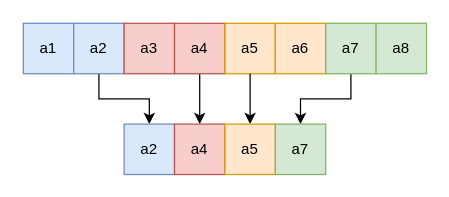
Above: page "grounding" (5 of 7) of docs/finite-state-controller.drawio in jlandsmann/dec-pomdp-solver (draw.io), before the change. Source tidied: cells renumbered, new cells numbered last; positions are measured from the earlier drawing's top-left corner, leaving out a move shared by most shapes. Both pictures are drawn from the tidied source at 126%, with x=0, y=0 at pixel (23, 23).
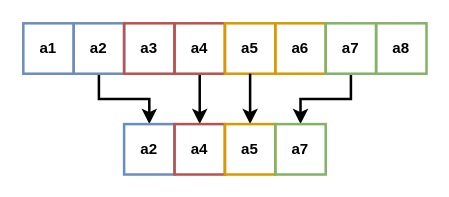
After the change.

Change to the diagram source:
```diff
@@
 <mxGraphModel>
   <root>
     <mxCell id="0" />
     <mxCell id="1" parent="0" />
-    <mxCell id="2" value="a1" style="rounded=0;whiteSpace=wrap;html=1;fillColor=#dae8fc;strokeColor=#6c8ebf;" parent="1" vertex="1">
+    <mxCell id="2" value="a1" style="rounded=0;whiteSpace=wrap;html=1;fillColor=none;strokeColor=#6c8ebf;strokeWidth=2;fontStyle=1;" parent="1" vertex="1">
       <mxGeometry width="40" height="40" as="geometry" />
     </mxCell>
-    <mxCell id="3" style="edgeStyle=orthogonalEdgeStyle;rounded=0;jettySize=auto;html=1;" parent="1" edge="1" source="4" target="14">
+    <mxCell id="3" style="edgeStyle=orthogonalEdgeStyle;rounded=0;jettySize=auto;html=1;fontStyle=1;strokeWidth=2;" parent="1" edge="1" source="4" target="14">
       <mxGeometry relative="1" as="geometry" />
     </mxCell>
-    <mxCell id="4" value="a2" style="rounded=0;whiteSpace=wrap;html=1;fillColor=#dae8fc;strokeColor=#6c8ebf;" parent="1" vertex="1">
+    <mxCell id="4" value="a2" style="rounded=0;whiteSpace=wrap;html=1;fillColor=none;strokeColor=#6c8ebf;strokeWidth=2;fontStyle=1;" parent="1" vertex="1">
       <mxGeometry x="40" width="40" height="40" as="geometry" />
     </mxCell>
-    <mxCell id="5" value="a3" style="rounded=0;whiteSpace=wrap;html=1;fillColor=#f8cecc;strokeColor=#b85450;" parent="1" vertex="1">
+    <mxCell id="5" value="a3" style="rounded=0;whiteSpace=wrap;html=1;fillColor=none;strokeColor=#b85450;strokeWidth=2;fontStyle=1;" parent="1" vertex="1">
       <mxGeometry x="80" width="40" height="40" as="geometry" />
     </mxCell>
-    <mxCell id="6" style="edgeStyle=orthogonalEdgeStyle;rounded=0;jettySize=auto;html=1;" parent="1" edge="1" source="7" target="15">
+    <mxCell id="6" style="edgeStyle=orthogonalEdgeStyle;rounded=0;jettySize=auto;html=1;fontStyle=1;strokeWidth=2;" parent="1" edge="1" source="7" target="15">
       <mxGeometry relative="1" as="geometry" />
     </mxCell>
-    <mxCell id="7" value="a4" style="rounded=0;whiteSpace=wrap;html=1;fillColor=#f8cecc;strokeColor=#b85450;" parent="1" vertex="1">
+    <mxCell id="7" value="a4" style="rounded=0;whiteSpace=wrap;html=1;fillColor=none;strokeColor=#b85450;strokeWidth=2;fontStyle=1;" parent="1" vertex="1">
       <mxGeometry x="120" width="40" height="40" as="geometry" />
     </mxCell>
-    <mxCell id="8" value="a5" style="rounded=0;whiteSpace=wrap;html=1;fillColor=#ffe6cc;strokeColor=#d79b00;" parent="1" vertex="1">
+    <mxCell id="8" value="a5" style="rounded=0;whiteSpace=wrap;html=1;fillColor=none;strokeColor=#d79b00;strokeWidth=2;fontStyle=1;" parent="1" vertex="1">
       <mxGeometry x="160" width="40" height="40" as="geometry" />
     </mxCell>
-    <mxCell id="9" style="edgeStyle=orthogonalEdgeStyle;rounded=0;jettySize=auto;html=1;exitX=0.5;exitY=1;exitDx=0;exitDy=0;" parent="1" edge="1" source="8" target="16">
+    <mxCell id="9" style="edgeStyle=orthogonalEdgeStyle;rounded=0;jettySize=auto;html=1;exitX=0.5;exitY=1;exitDx=0;exitDy=0;fontStyle=1;strokeWidth=2;" parent="1" edge="1" source="8" target="16">
       <mxGeometry relative="1" as="geometry" />
     </mxCell>
-    <mxCell id="10" value="a6" style="rounded=0;whiteSpace=wrap;html=1;fillColor=#ffe6cc;strokeColor=#d79b00;" parent="1" vertex="1">
+    <mxCell id="10" value="a6" style="rounded=0;whiteSpace=wrap;html=1;fillColor=none;strokeColor=#d79b00;strokeWidth=2;fontStyle=1;" parent="1" vertex="1">
       <mxGeometry x="200" width="40" height="40" as="geometry" />
     </mxCell>
-    <mxCell id="11" style="edgeStyle=orthogonalEdgeStyle;rounded=0;jettySize=auto;html=1;" parent="1" edge="1" source="12" target="17">
+    <mxCell id="11" style="edgeStyle=orthogonalEdgeStyle;rounded=0;jettySize=auto;html=1;fontStyle=1;strokeWidth=2;" parent="1" edge="1" source="12" target="17">
       <mxGeometry relative="1" as="geometry" />
     </mxCell>
-    <mxCell id="12" value="a7" style="rounded=0;whiteSpace=wrap;html=1;fillColor=#d5e8d4;strokeColor=#82b366;" parent="1" vertex="1">
+    <mxCell id="12" value="a7" style="rounded=0;whiteSpace=wrap;html=1;fillColor=none;strokeColor=#82b366;strokeWidth=2;fontStyle=1;" parent="1" vertex="1">
       <mxGeometry x="240" width="40" height="40" as="geometry" />
     </mxCell>
-    <mxCell id="13" value="a8" style="rounded=0;whiteSpace=wrap;html=1;fillColor=#d5e8d4;strokeColor=#82b366;" parent="1" vertex="1">
+    <mxCell id="13" value="a8" style="rounded=0;whiteSpace=wrap;html=1;fillColor=none;strokeColor=#82b366;strokeWidth=2;fontStyle=1;" parent="1" vertex="1">
       <mxGeometry x="280" width="40" height="40" as="geometry" />
     </mxCell>
-    <mxCell id="14" value="a2" style="rounded=0;whiteSpace=wrap;html=1;fillColor=#dae8fc;strokeColor=#6c8ebf;" parent="1" vertex="1">
+    <mxCell id="14" value="a2" style="rounded=0;whiteSpace=wrap;html=1;fillColor=none;strokeColor=#6c8ebf;strokeWidth=2;fontStyle=1;" parent="1" vertex="1">
       <mxGeometry x="80" y="80" width="40" height="40" as="geometry" />
     </mxCell>
-    <mxCell id="15" value="a4" style="rounded=0;whiteSpace=wrap;html=1;fillColor=#f8cecc;strokeColor=#b85450;" parent="1" vertex="1">
+    <mxCell id="15" value="a4" style="rounded=0;whiteSpace=wrap;html=1;fillColor=none;strokeColor=#b85450;strokeWidth=2;fontStyle=1;" parent="1" vertex="1">
       <mxGeometry x="120" y="80" width="40" height="40" as="geometry" />
     </mxCell>
-    <mxCell id="16" value="a5" style="rounded=0;whiteSpace=wrap;html=1;fillColor=#ffe6cc;strokeColor=#d79b00;" parent="1" vertex="1">
+    <mxCell id="16" value="a5" style="rounded=0;whiteSpace=wrap;html=1;fillColor=none;strokeColor=#d79b00;strokeWidth=2;fontStyle=1;" parent="1" vertex="1">
       <mxGeometry x="160" y="80" width="40" height="40" as="geometry" />
     </mxCell>
-    <mxCell id="17" value="a7" style="rounded=0;whiteSpace=wrap;html=1;fillColor=#d5e8d4;strokeColor=#82b366;" parent="1" vertex="1">
+    <mxCell id="17" value="a7" style="rounded=0;whiteSpace=wrap;html=1;fillColor=none;strokeColor=#82b366;strokeWidth=2;fontStyle=1;" parent="1" vertex="1">
       <mxGeometry x="200" y="80" width="40" height="40" as="geometry" />
     </mxCell>
   </root>
 </mxGraphModel>
```
